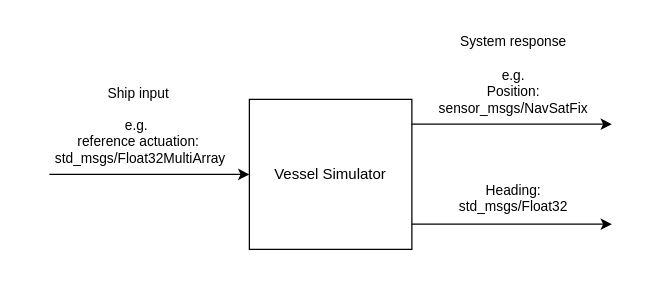
This is Untitled Diagram.drawio from bartboogmans/TurtleBoat, a draw.io file, before an edit. Source tidied: cells renumbered, new cells numbered last; positions are measured from the earlier drawing's top-left corner, leaving out a move shared by most shapes. Both pictures are drawn from the tidied source at 125%, with x=0, y=0 at pixel (49, 99). Pictures stored in the file or linked from it are replaced by grey dashed boxes.
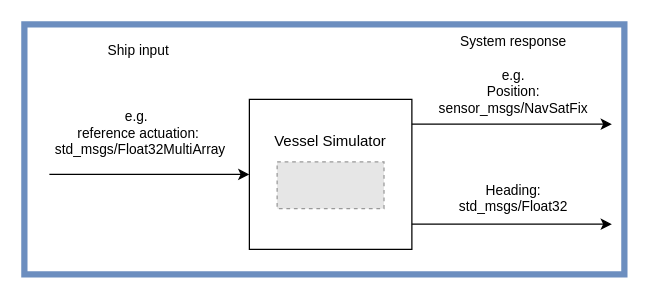
The same diagram, later.

Change to the diagram source:
```diff
@@
 <mxGraphModel>
   <root>
     <mxCell id="0" />
     <mxCell id="1" parent="0" />
     <mxCell id="2" value="System response&lt;br&gt;&lt;br&gt;e.g. &lt;br&gt;Position:&lt;br&gt;sensor_msgs/NavSatFix&lt;br&gt;&lt;br&gt;&lt;br&gt;&lt;br&gt;&lt;br&gt;Heading:&lt;br&gt;std_msgs/Float32&lt;br&gt;&lt;br&gt;&lt;br&gt;&lt;br&gt;" style="edgeLabel;html=1;align=center;verticalAlign=middle;" parent="1" vertex="1">
       <mxGeometry x="370" y="39.8" as="geometry" />
     </mxCell>
-    <mxCell id="3" value="Vessel Simulator" style="rounded=0;whiteSpace=wrap;html=1;" parent="1" vertex="1">
+    <mxCell id="3" value="&lt;p style=&quot;line-height: 1.2;&quot;&gt;Vessel Simulator&lt;/p&gt;&lt;p style=&quot;line-height: 1.2;&quot;&gt;&lt;br&gt;&lt;/p&gt;&lt;p style=&quot;line-height: 1.2;&quot;&gt;&lt;br&gt;&lt;/p&gt;" style="rounded=0;whiteSpace=wrap;html=1;labelPosition=center;verticalLabelPosition=middle;align=center;verticalAlign=middle;" parent="1" vertex="1">
       <mxGeometry x="160" width="130" height="120" as="geometry" />
     </mxCell>
     <mxCell id="4" style="endArrow=classic;html=1;rounded=0;entryX=0;entryY=0.5;entryDx=0;entryDy=0;" parent="1" edge="1" target="3">
       <mxGeometry relative="1" as="geometry">
         <mxPoint y="60" as="sourcePoint" />
       </mxGeometry>
     </mxCell>
-    <mxCell id="5" value="Ship input&lt;br&gt;&lt;br&gt;e.g.&amp;nbsp;&lt;br&gt;reference actuation:&lt;br&gt;&amp;nbsp;std_msgs/Float32MultiArray" style="edgeLabel;html=1;align=center;verticalAlign=middle;" parent="4" vertex="1">
+    <mxCell id="5" value="Ship input&lt;br&gt;&lt;br&gt;&lt;br&gt;&lt;br&gt;e.g.&amp;nbsp;&lt;br&gt;reference actuation:&lt;br&gt;&amp;nbsp;std_msgs/Float32MultiArray" style="edgeLabel;html=1;align=center;verticalAlign=middle;" parent="4" vertex="1">
       <mxGeometry x="-0.15" relative="1" as="geometry">
-        <mxPoint x="2" y="-40" as="offset" />
+        <mxPoint x="2" y="-60" as="offset" />
       </mxGeometry>
     </mxCell>
     <mxCell id="6" style="endArrow=classic;html=1;rounded=0;entryX=0;entryY=0.5;entryDx=0;entryDy=0;" parent="1" edge="1">
       <mxGeometry relative="1" as="geometry">
         <mxPoint x="290" y="19.8" as="sourcePoint" />
         <mxPoint x="450" y="19.8" as="targetPoint" />
       </mxGeometry>
     </mxCell>
     <mxCell id="7" style="endArrow=classic;html=1;rounded=0;entryX=0;entryY=0.5;entryDx=0;entryDy=0;" parent="1" edge="1">
       <mxGeometry relative="1" as="geometry">
         <mxPoint x="290" y="99.8" as="sourcePoint" />
         <mxPoint x="450" y="99.8" as="targetPoint" />
       </mxGeometry>
     </mxCell>
+    <mxCell id="8" style="fillColor=#E6E6E6;strokeColor=#999999;dashed=1;verticalLabelPosition=bottom;labelBackgroundColor=default;verticalAlign=top;" parent="1" vertex="1">
+      <mxGeometry x="182.2" y="50" width="85.5" height="37.4" as="geometry" />
+    </mxCell>
+    <mxCell id="9" style="rounded=0;whiteSpace=wrap;html=1;fontSize=12;strokeWidth=5;fillColor=none;strokeColor=#6c8ebf;" parent="1" vertex="1">
+      <mxGeometry x="-20" y="-60" width="480" height="200" as="geometry" />
+    </mxCell>
   </root>
 </mxGraphModel>
```
